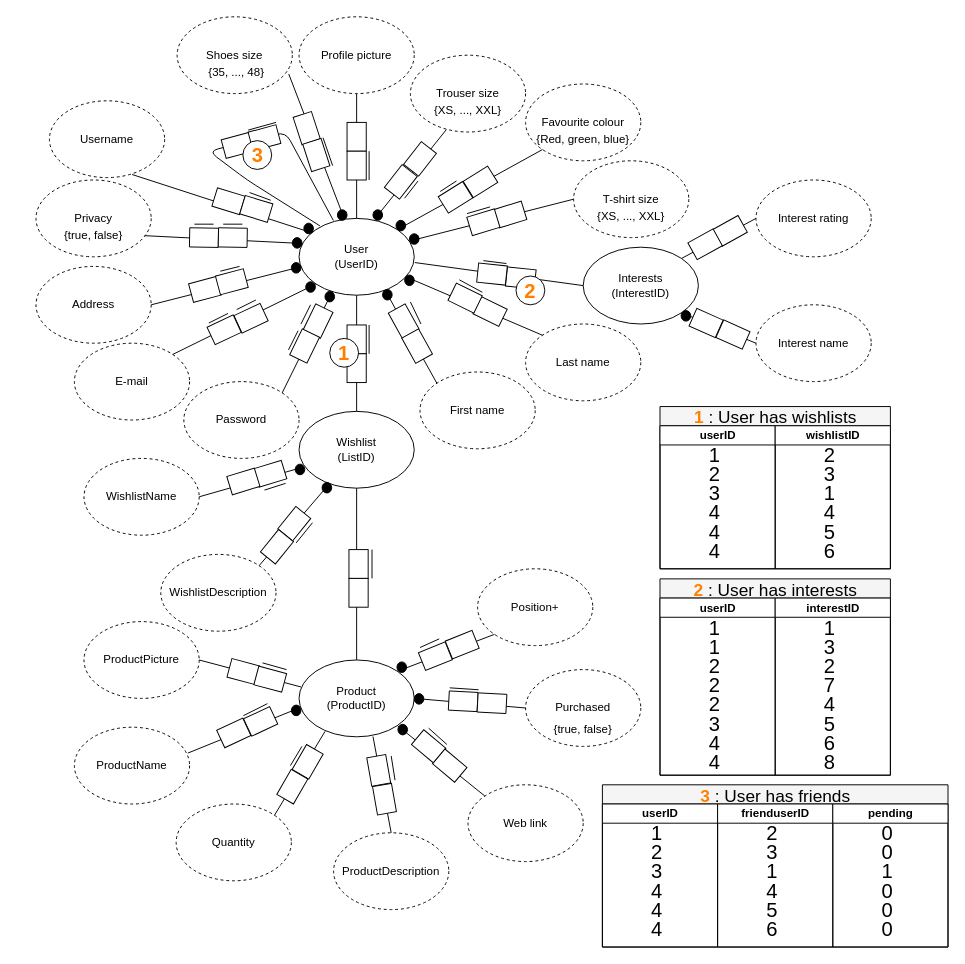
This is Diagrammes/ORM.drawio from NNepper/LSINF1225-2020-GroupeL1.1-WishList, a draw.io file, before an edit. Source tidied: cells renumbered, new cells numbered last; positions are measured from the earlier drawing's top-left corner, leaving out a move shared by most shapes. Both pictures are drawn from the tidied source at 96%, with x=0, y=0 at pixel (16, 16).
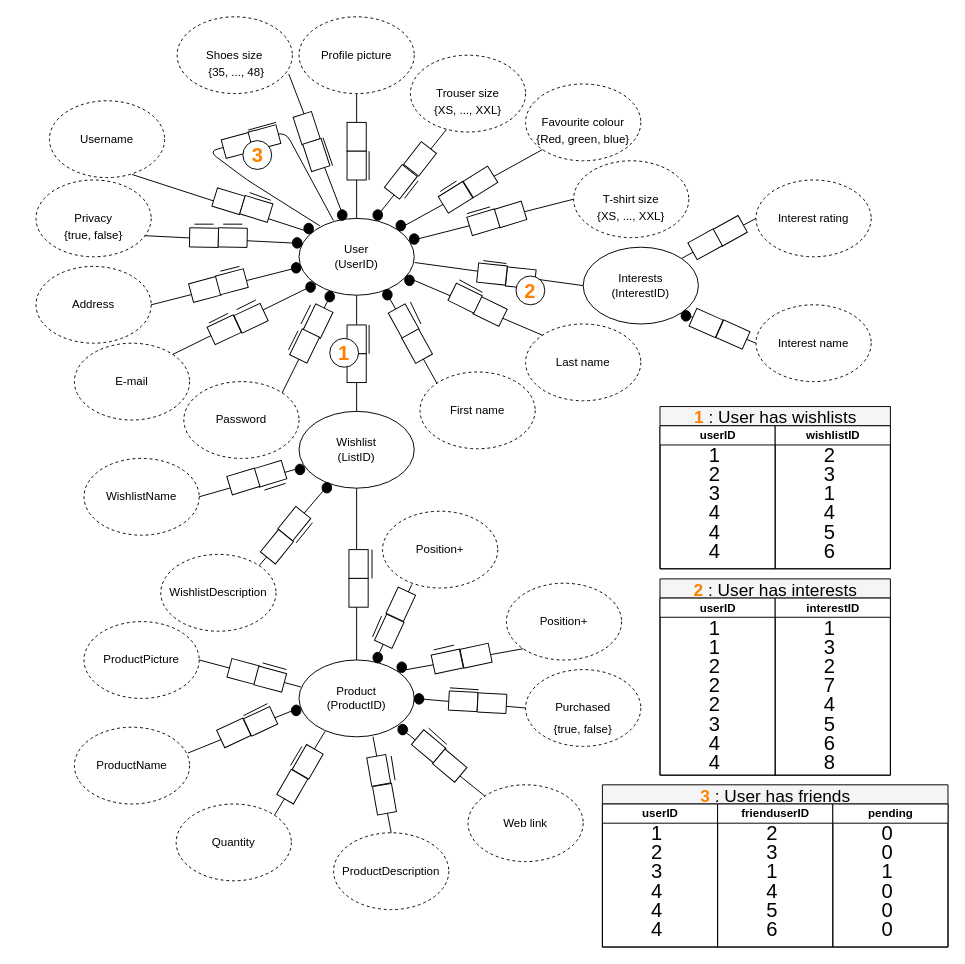
Above is the later version.

The change refers to these unchanged cells:
```xml
<mxCell id="9" value="Product&lt;br&gt;(ProductID)" style="ellipse;whiteSpace=wrap;html=1;" parent="1" vertex="1">
  <mxGeometry x="294" y="670" width="120" height="80" as="geometry" />
</mxCell>
```

The edit, as a diff of the source:
```diff
@@
     <mxCell id="23" value="Position+" style="ellipse;whiteSpace=wrap;html=1;dashed=1;" parent="1" vertex="1">
-      <mxGeometry x="480" y="575" width="120" height="80" as="geometry" />
+      <mxGeometry x="510" y="590" width="120" height="80" as="geometry" />
     </mxCell>
@@
-    <mxCell id="145" style="group;rotation=-202;" parent="1" vertex="1">
-      <mxGeometry x="420" y="650" width="60" height="20" as="geometry" />
-    </mxCell>
-    <mxCell id="146" style="rounded=0;whiteSpace=wrap;html=1;rotation=-202;" parent="145" vertex="1">
-      <mxGeometry x="29" y="-6" width="30" height="20" as="geometry" />
-    </mxCell>
-    <mxCell id="147" style="rounded=0;whiteSpace=wrap;html=1;rotation=-202;" parent="145" vertex="1">
-      <mxGeometry x="1" y="6" width="30" height="20" as="geometry" />
-    </mxCell>
@@
-    <mxCell id="175" style="endArrow=none;html=1;" parent="1" edge="1">
-      <mxGeometry relative="1" as="geometry">
-        <mxPoint x="420" y="657" as="sourcePoint" />
-        <mxPoint x="440" y="648" as="targetPoint" />
-      </mxGeometry>
-    </mxCell>
@@
+    <mxCell id="251" value="Position+" style="ellipse;whiteSpace=wrap;html=1;dashed=1;" parent="1" vertex="1">
+      <mxGeometry x="381" y="515" width="120" height="80" as="geometry" />
+    </mxCell>
+    <mxCell id="252" style="group;rotation=10;" parent="1" vertex="1">
+      <mxGeometry x="431.4" y="647.5" width="63.1" height="41" as="geometry" />
+    </mxCell>
+    <mxCell id="145" style="group;rotation=-192;" parent="252" vertex="1">
+      <mxGeometry x="2" y="11" width="60" height="20" as="geometry" />
+    </mxCell>
+    <mxCell id="146" style="rounded=0;whiteSpace=wrap;html=1;rotation=-192;" parent="145" vertex="1">
+      <mxGeometry x="30" y="-3" width="30" height="20" as="geometry" />
+    </mxCell>
+    <mxCell id="147" style="rounded=0;whiteSpace=wrap;html=1;rotation=-192;" parent="145" vertex="1">
+      <mxGeometry y="3" width="30" height="20" as="geometry" />
+    </mxCell>
+    <mxCell id="175" style="endArrow=none;html=1;" parent="252" edge="1">
+      <mxGeometry relative="1" as="geometry">
+        <mxPoint x="3" y="12" as="sourcePoint" />
+        <mxPoint x="24" y="7" as="targetPoint" />
+      </mxGeometry>
+    </mxCell>
+    <mxCell id="253" style="endArrow=none;html=1;entryX=0.255;entryY=0.953;entryDx=0;entryDy=0;exitX=0.673;exitY=0.015;exitDx=0;exitDy=0;exitPerimeter=0;entryPerimeter=0;" parent="1" edge="1" source="254" target="251">
+      <mxGeometry relative="1" as="geometry" />
+    </mxCell>
+    <mxCell id="254" style="shape=mxgraph.bpmn.shape;html=1;verticalLabelPosition=bottom;labelBackgroundColor=#ffffff;verticalAlign=top;align=center;perimeter=ellipsePerimeter;outlineConnect=0;outline=standard;symbol=general;fillColor=#000000;" parent="1" vertex="1">
+      <mxGeometry x="371" y="662" width="10" height="11" as="geometry" />
+    </mxCell>
+    <mxCell id="255" style="endArrow=none;html=1;entryX=0.255;entryY=0.953;entryDx=0;entryDy=0;exitX=0.673;exitY=0.015;exitDx=0;exitDy=0;exitPerimeter=0;entryPerimeter=0;" parent="1" edge="1" source="9" target="254">
+      <mxGeometry relative="1" as="geometry" />
+    </mxCell>
+    <mxCell id="256" style="group;rotation=-65;" parent="1" vertex="1">
+      <mxGeometry x="364" y="616" width="60" height="20" as="geometry" />
+    </mxCell>
+    <mxCell id="257" style="rounded=0;whiteSpace=wrap;html=1;rotation=-65;" parent="256" vertex="1">
+      <mxGeometry x="9" y="14" width="30" height="20" as="geometry" />
+    </mxCell>
+    <mxCell id="258" style="rounded=0;whiteSpace=wrap;html=1;rotation=-65;" parent="256" vertex="1">
+      <mxGeometry x="21" y="-14" width="30" height="20" as="geometry" />
+    </mxCell>
+    <mxCell id="259" style="endArrow=none;html=1;" parent="1" edge="1">
+      <mxGeometry relative="1" as="geometry">
+        <mxPoint x="380" y="624" as="sourcePoint" />
+        <mxPoint x="370.6" y="646" as="targetPoint" />
+      </mxGeometry>
+    </mxCell>
```
